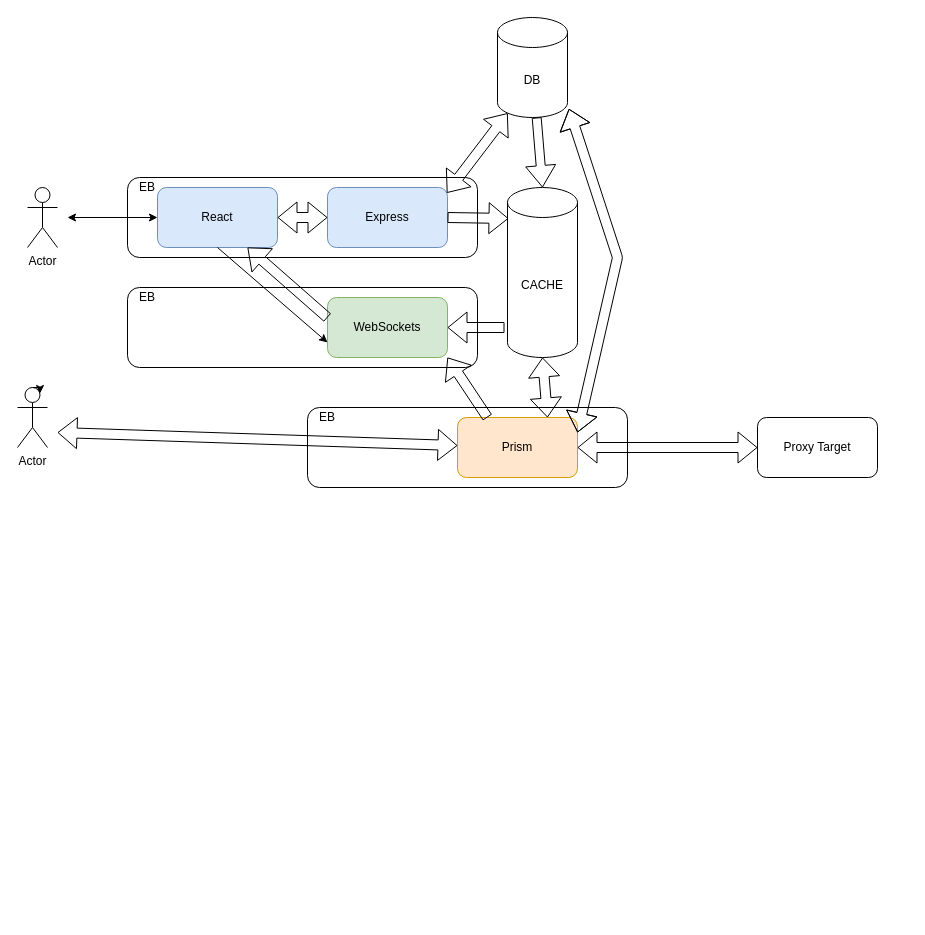
The draw.io diagram project/Untitled Diagram.drawio in MarkoVcode/Insect, before the edit. Source tidied: cells renumbered, new cells numbered last; positions are measured from the earlier drawing's top-left corner, leaving out a move shared by most shapes. Both pictures are drawn from the tidied source at 100%, with x=0, y=0 at pixel (17, 17).
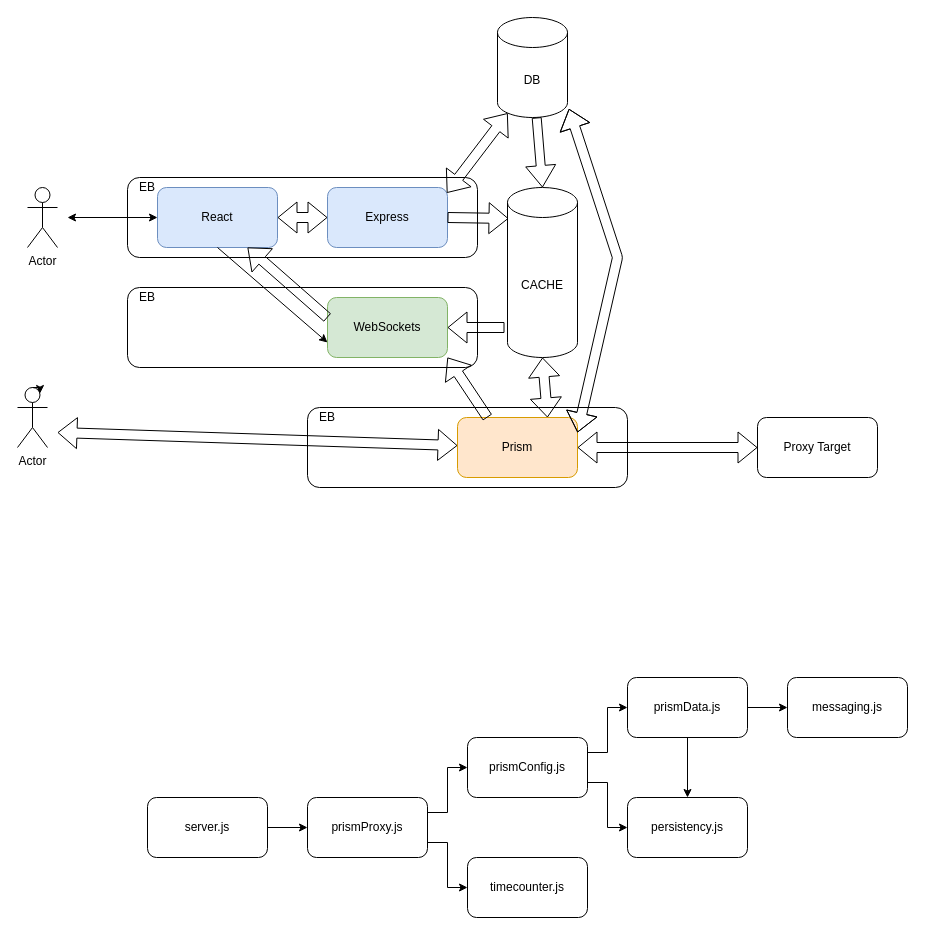
After the change.

Diff of the diagram source:
```diff
@@
+    <mxCell id="31" style="edgeStyle=orthogonalEdgeStyle;rounded=0;jettySize=auto;html=1;exitX=1;exitY=0.5;exitDx=0;exitDy=0;" parent="1" edge="1" source="32" target="35">
+      <mxGeometry relative="1" as="geometry" />
+    </mxCell>
+    <mxCell id="32" value="server.js" style="rounded=1;whiteSpace=wrap;html=1;" parent="1" vertex="1">
+      <mxGeometry x="130" y="780" width="120" height="60" as="geometry" />
+    </mxCell>
+    <mxCell id="33" style="edgeStyle=orthogonalEdgeStyle;rounded=0;jettySize=auto;html=1;exitX=1;exitY=0.25;exitDx=0;exitDy=0;" parent="1" edge="1" source="35" target="38">
+      <mxGeometry relative="1" as="geometry" />
+    </mxCell>
+    <mxCell id="34" style="edgeStyle=orthogonalEdgeStyle;rounded=0;jettySize=auto;html=1;exitX=1;exitY=0.75;exitDx=0;exitDy=0;" parent="1" edge="1" source="35" target="39">
+      <mxGeometry relative="1" as="geometry" />
+    </mxCell>
+    <mxCell id="35" value="prismProxy.js" style="rounded=1;whiteSpace=wrap;html=1;" parent="1" vertex="1">
+      <mxGeometry x="290" y="780" width="120" height="60" as="geometry" />
+    </mxCell>
+    <mxCell id="36" style="edgeStyle=orthogonalEdgeStyle;rounded=0;jettySize=auto;html=1;exitX=1;exitY=0.25;exitDx=0;exitDy=0;entryX=0;entryY=0.5;entryDx=0;entryDy=0;" parent="1" edge="1" source="38" target="43">
+      <mxGeometry relative="1" as="geometry" />
+    </mxCell>
+    <mxCell id="37" style="edgeStyle=orthogonalEdgeStyle;rounded=0;jettySize=auto;html=1;exitX=1;exitY=0.75;exitDx=0;exitDy=0;entryX=0;entryY=0.5;entryDx=0;entryDy=0;" parent="1" edge="1" source="38" target="40">
+      <mxGeometry relative="1" as="geometry" />
+    </mxCell>
+    <mxCell id="38" value="prismConfig.js" style="rounded=1;whiteSpace=wrap;html=1;" parent="1" vertex="1">
+      <mxGeometry x="450" y="720" width="120" height="60" as="geometry" />
+    </mxCell>
+    <mxCell id="39" value="timecounter.js" style="rounded=1;whiteSpace=wrap;html=1;" parent="1" vertex="1">
+      <mxGeometry x="450" y="840" width="120" height="60" as="geometry" />
+    </mxCell>
+    <mxCell id="40" value="persistency.js" style="rounded=1;whiteSpace=wrap;html=1;" parent="1" vertex="1">
+      <mxGeometry x="610" y="780" width="120" height="60" as="geometry" />
+    </mxCell>
+    <mxCell id="41" style="edgeStyle=orthogonalEdgeStyle;rounded=0;jettySize=auto;html=1;" parent="1" edge="1" source="43" target="40">
+      <mxGeometry relative="1" as="geometry" />
+    </mxCell>
+    <mxCell id="42" style="edgeStyle=orthogonalEdgeStyle;rounded=0;jettySize=auto;html=1;exitX=1;exitY=0.5;exitDx=0;exitDy=0;entryX=0;entryY=0.5;entryDx=0;entryDy=0;" parent="1" edge="1" source="43" target="44">
+      <mxGeometry relative="1" as="geometry" />
+    </mxCell>
+    <mxCell id="43" value="prismData.js" style="rounded=1;whiteSpace=wrap;html=1;" parent="1" vertex="1">
+      <mxGeometry x="610" y="660" width="120" height="60" as="geometry" />
+    </mxCell>
+    <mxCell id="44" value="messaging.js" style="rounded=1;whiteSpace=wrap;html=1;" parent="1" vertex="1">
+      <mxGeometry x="770" y="660" width="120" height="60" as="geometry" />
+    </mxCell>
```
